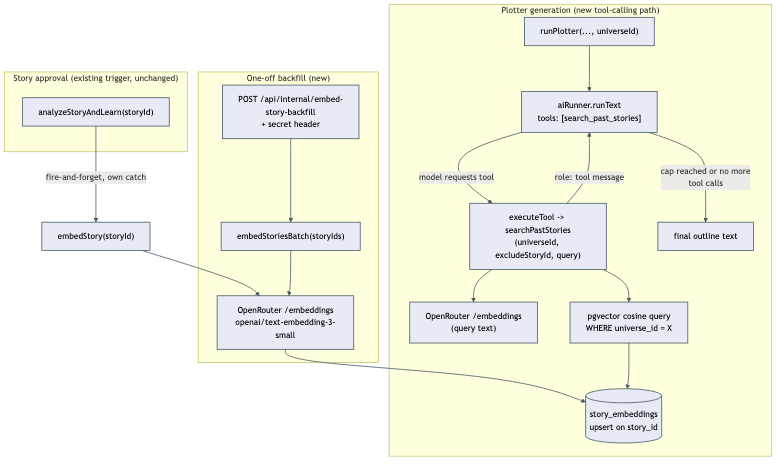
The Mermaid diagram docs/architecture/img/07-story-retrieval.png in ikushlianski/bedtime-stories, before a commit. Its source is kept beside it as docs/architecture/diagrams/07-story-retrieval.mmd.
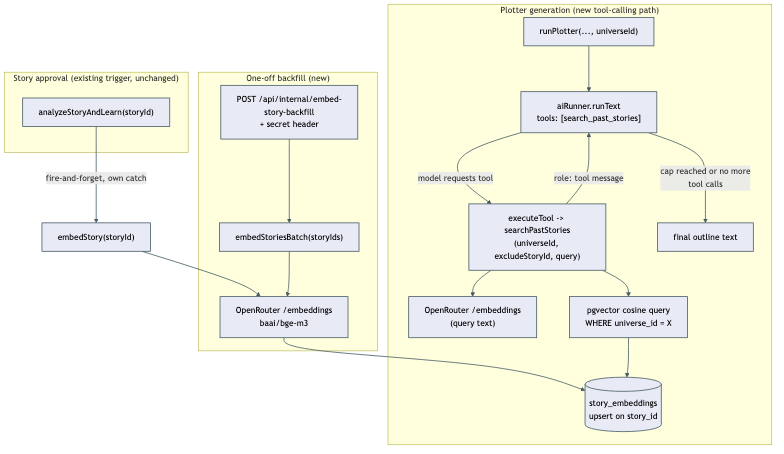
The same file after the commit.

The edit, as a diff of the source:
```diff
@@ -6,7 +6,7 @@
     A["analyzeStoryAndLearn(storyId)"]
   end
   A -->|"fire-and-forget, own catch"| B["embedStory(storyId)"]
-  B --> C["OpenRouter /embeddings<br/>openai/text-embedding-3-small"]
+  B --> C["OpenRouter /embeddings<br/>baai/bge-m3"]
   C --> D[("story_embeddings<br/>upsert on story_id")]
 
   subgraph Backfill["One-off backfill (new)"]
```
